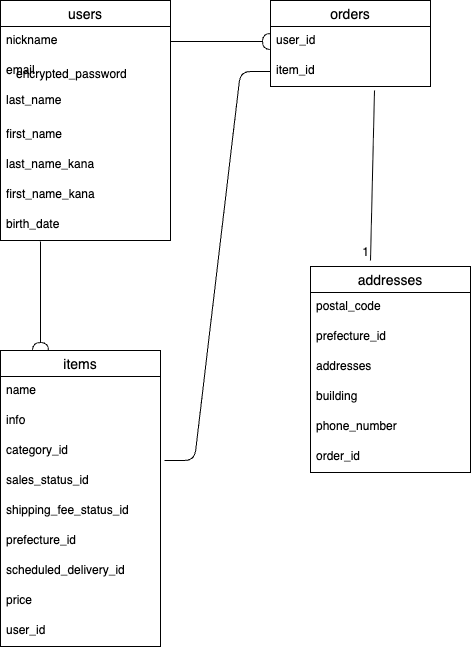
Earlier version of the draw.io export furima.png (zinmarhnin818-coder/furima-47986-new). Source tidied: cells renumbered, new cells last; positions are measured from the earlier drawing's top-left corner, leaving out a move shared by most shapes.
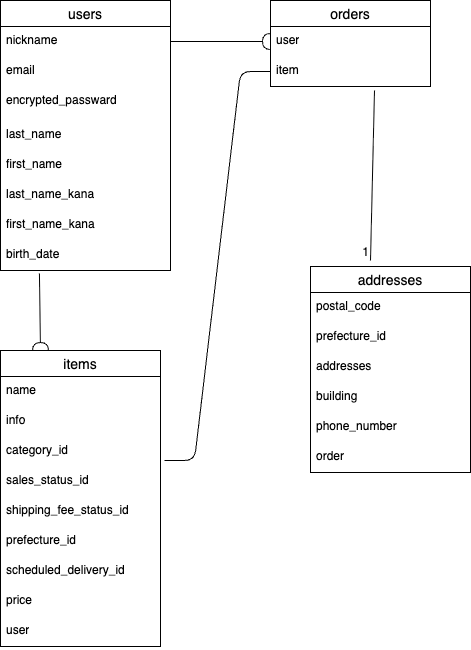
After the change.

The edit, as a diff of the source:
```diff
@@ -3,7 +3,7 @@
     <mxCell id="0" />
     <mxCell id="1" parent="0" />
     <mxCell id="2" value="users" style="swimlane;fontStyle=0;horizontal=1;startSize=26;align=center;fontSize=14;" parent="1" vertex="1">
-      <mxGeometry width="170" height="240" as="geometry" />
+      <mxGeometry width="170" height="270" as="geometry" />
     </mxCell>
     <mxCell id="3" value="nickname" style="text;strokeColor=none;fillColor=none;spacingLeft=4;spacingRight=4;overflow=hidden;points=[[0,0.5],[1,0.5]];portConstraint=eastwest;fontSize=12;whiteSpace=wrap;html=1;" parent="2" vertex="1">
       <mxGeometry y="26" width="170" height="30" as="geometry" />
@@ -11,21 +11,24 @@
     <mxCell id="4" value="email" style="text;strokeColor=none;fillColor=none;spacingLeft=4;spacingRight=4;overflow=hidden;fontSize=12;whiteSpace=wrap;html=1;" parent="2" vertex="1">
       <mxGeometry y="56" width="170" height="30" as="geometry" />
     </mxCell>
-    <mxCell id="5" value="last_name" style="text;strokeColor=none;fillColor=none;spacingLeft=4;spacingRight=4;overflow=hidden;fontSize=12;whiteSpace=wrap;html=1;" parent="2" vertex="1">
+    <mxCell id="5" value="encrypted_passward" style="text;strokeColor=none;fillColor=none;spacingLeft=4;spacingRight=4;overflow=hidden;fontSize=12;whiteSpace=wrap;html=1;" parent="2" vertex="1">
       <mxGeometry y="86" width="170" height="34" as="geometry" />
     </mxCell>
-    <mxCell id="6" value="first_name" style="text;strokeColor=none;fillColor=none;spacingLeft=4;spacingRight=4;overflow=hidden;fontSize=12;whiteSpace=wrap;html=1;" parent="2" vertex="1">
+    <mxCell id="6" value="last_name" style="text;strokeColor=none;fillColor=none;spacingLeft=4;spacingRight=4;overflow=hidden;fontSize=12;whiteSpace=wrap;html=1;" parent="2" vertex="1">
       <mxGeometry y="120" width="170" height="30" as="geometry" />
     </mxCell>
-    <mxCell id="7" value="last_name_kana" style="text;strokeColor=none;fillColor=none;spacingLeft=4;spacingRight=4;overflow=hidden;fontSize=12;whiteSpace=wrap;html=1;" parent="2" vertex="1">
+    <mxCell id="7" value="first_name" style="text;strokeColor=none;fillColor=none;spacingLeft=4;spacingRight=4;overflow=hidden;fontSize=12;whiteSpace=wrap;html=1;" parent="2" vertex="1">
       <mxGeometry y="150" width="170" height="30" as="geometry" />
     </mxCell>
-    <mxCell id="8" value="first_name_kana" style="text;strokeColor=none;fillColor=none;spacingLeft=4;spacingRight=4;overflow=hidden;fontSize=12;whiteSpace=wrap;html=1;" parent="2" vertex="1">
+    <mxCell id="8" value="last_name_kana" style="text;strokeColor=none;fillColor=none;spacingLeft=4;spacingRight=4;overflow=hidden;fontSize=12;whiteSpace=wrap;html=1;" parent="2" vertex="1">
       <mxGeometry y="180" width="170" height="30" as="geometry" />
     </mxCell>
-    <mxCell id="9" value="birth_date" style="text;strokeColor=none;fillColor=none;spacingLeft=4;spacingRight=4;overflow=hidden;fontSize=12;whiteSpace=wrap;html=1;" parent="2" vertex="1">
+    <mxCell id="9" value="first_name_kana" style="text;strokeColor=none;fillColor=none;spacingLeft=4;spacingRight=4;overflow=hidden;fontSize=12;whiteSpace=wrap;html=1;" parent="2" vertex="1">
       <mxGeometry y="210" width="170" height="30" as="geometry" />
     </mxCell>
+    <mxCell id="36" value="birth_date" style="text;strokeColor=none;fillColor=none;spacingLeft=4;spacingRight=4;overflow=hidden;points=[[0,0.5],[1,0.5]];portConstraint=eastwest;fontSize=12;whiteSpace=wrap;html=1;" parent="2" vertex="1">
+      <mxGeometry y="240" width="170" height="30" as="geometry" />
+    </mxCell>
     <mxCell id="10" value="items" style="swimlane;fontStyle=0;horizontal=1;startSize=26;align=center;fontSize=14;" parent="1" vertex="1">
       <mxGeometry y="350" width="160" height="296" as="geometry" />
     </mxCell>
@@ -53,16 +56,16 @@
     <mxCell id="18" value="price" style="text;strokeColor=none;fillColor=none;spacingLeft=4;spacingRight=4;overflow=hidden;fontSize=12;whiteSpace=wrap;html=1;" parent="10" vertex="1">
       <mxGeometry y="236" width="160" height="30" as="geometry" />
     </mxCell>
-    <mxCell id="19" value="user_id" style="text;strokeColor=none;fillColor=none;spacingLeft=4;spacingRight=4;overflow=hidden;fontSize=12;whiteSpace=wrap;html=1;" parent="10" vertex="1">
+    <mxCell id="19" value="user" style="text;strokeColor=none;fillColor=none;spacingLeft=4;spacingRight=4;overflow=hidden;fontSize=12;whiteSpace=wrap;html=1;" parent="10" vertex="1">
       <mxGeometry y="266" width="160" height="30" as="geometry" />
     </mxCell>
     <mxCell id="20" value="orders" style="swimlane;fontStyle=0;horizontal=1;startSize=26;align=center;fontSize=14;" parent="1" vertex="1">
       <mxGeometry x="270" width="160" height="86" as="geometry" />
     </mxCell>
-    <mxCell id="21" value="user_id" style="text;strokeColor=none;fillColor=none;spacingLeft=4;spacingRight=4;overflow=hidden;points=[[0,0.5],[1,0.5]];portConstraint=eastwest;fontSize=12;whiteSpace=wrap;html=1;" parent="20" vertex="1">
+    <mxCell id="21" value="user" style="text;strokeColor=none;fillColor=none;spacingLeft=4;spacingRight=4;overflow=hidden;points=[[0,0.5],[1,0.5]];portConstraint=eastwest;fontSize=12;whiteSpace=wrap;html=1;" parent="20" vertex="1">
       <mxGeometry y="26" width="160" height="30" as="geometry" />
     </mxCell>
-    <mxCell id="22" value="item_id" style="text;strokeColor=none;fillColor=none;spacingLeft=4;spacingRight=4;overflow=hidden;points=[[0,0.5],[1,0.5]];portConstraint=eastwest;fontSize=12;whiteSpace=wrap;html=1;" parent="20" vertex="1">
+    <mxCell id="22" value="item" style="text;strokeColor=none;fillColor=none;spacingLeft=4;spacingRight=4;overflow=hidden;points=[[0,0.5],[1,0.5]];portConstraint=eastwest;fontSize=12;whiteSpace=wrap;html=1;" parent="20" vertex="1">
       <mxGeometry y="56" width="160" height="30" as="geometry" />
     </mxCell>
     <mxCell id="23" value="addresses" style="swimlane;fontStyle=0;horizontal=1;startSize=26;align=center;fontSize=14;" parent="1" vertex="1">
@@ -83,19 +86,14 @@
     <mxCell id="28" value="phone_number" style="text;strokeColor=none;fillColor=none;spacingLeft=4;spacingRight=4;overflow=hidden;fontSize=12;whiteSpace=wrap;html=1;" parent="23" vertex="1">
       <mxGeometry y="146" width="160" height="30" as="geometry" />
     </mxCell>
-    <mxCell id="29" value="order_id" style="text;strokeColor=none;fillColor=none;spacingLeft=4;spacingRight=4;overflow=hidden;fontSize=12;whiteSpace=wrap;html=1;" parent="23" vertex="1">
+    <mxCell id="29" value="order" style="text;strokeColor=none;fillColor=none;spacingLeft=4;spacingRight=4;overflow=hidden;fontSize=12;whiteSpace=wrap;html=1;" parent="23" vertex="1">
       <mxGeometry y="176" width="160" height="30" as="geometry" />
     </mxCell>
-    <mxCell id="30" value="encrypted_password" style="text;strokeColor=none;fillColor=none;spacingLeft=4;spacingRight=4;overflow=hidden;fontSize=12;whiteSpace=wrap;html=1;" parent="1" vertex="1">
-      <mxGeometry x="10" y="60" width="170" height="26" as="geometry" />
-    </mxCell>
     <mxCell id="31" style="edgeStyle=none;html=1;exitX=0;exitY=0.5;exitDx=0;exitDy=0;entryX=1;entryY=0.5;entryDx=0;entryDy=0;startArrow=halfCircle;startFill=0;endArrow=none;endFill=0;" parent="1" edge="1" source="21" target="3">
       <mxGeometry relative="1" as="geometry" />
     </mxCell>
-    <mxCell id="32" style="edgeStyle=none;html=1;entryX=0.25;entryY=0;entryDx=0;entryDy=0;endArrow=none;endFill=0;startArrow=halfCircle;startFill=0;exitX=0.25;exitY=0;exitDx=0;exitDy=0;" parent="1" edge="1" source="10">
-      <mxGeometry relative="1" as="geometry">
-        <mxPoint x="40" y="241" as="targetPoint" />
-      </mxGeometry>
+    <mxCell id="32" style="edgeStyle=none;html=1;endArrow=none;endFill=0;startArrow=halfCircle;startFill=0;exitX=0.25;exitY=0;exitDx=0;exitDy=0;entryX=0.229;entryY=1.1;entryDx=0;entryDy=0;entryPerimeter=0;" parent="1" edge="1" source="10" target="36">
+      <mxGeometry relative="1" as="geometry" />
     </mxCell>
     <mxCell id="33" style="edgeStyle=entityRelationEdgeStyle;fontSize=12;html=1;endArrow=none;exitX=1.025;exitY=0.8;exitDx=0;exitDy=0;exitPerimeter=0;entryX=0;entryY=0.5;entryDx=0;entryDy=0;endFill=0;" parent="1" edge="1" source="13" target="22">
       <mxGeometry relative="1" as="geometry" />
```
